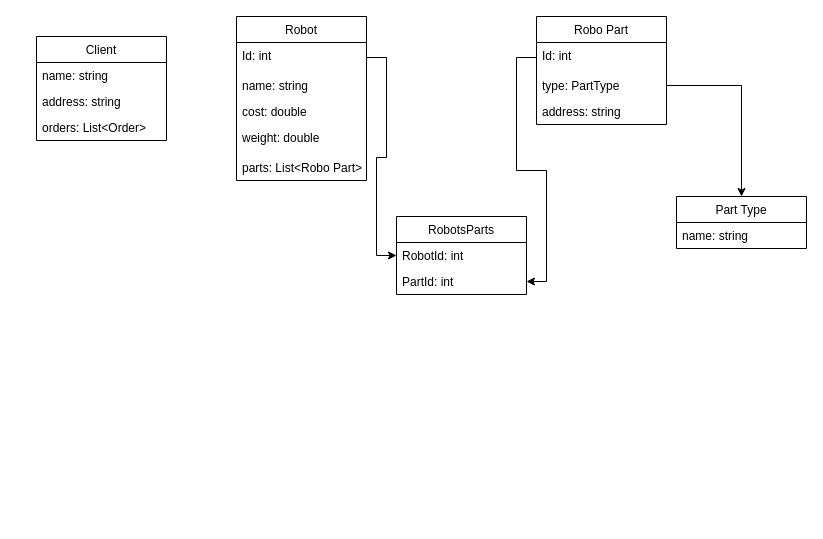
Before: Entity Diagram.drawio in Bl4ck-C4t/Robot-factory, a draw.io diagram. Source tidied: cells renumbered, new cells numbered last; positions are measured from the earlier drawing's top-left corner, leaving out a move shared by most shapes. Both pictures are drawn from the tidied source at 100%, with x=0, y=0 at pixel (36, 16).
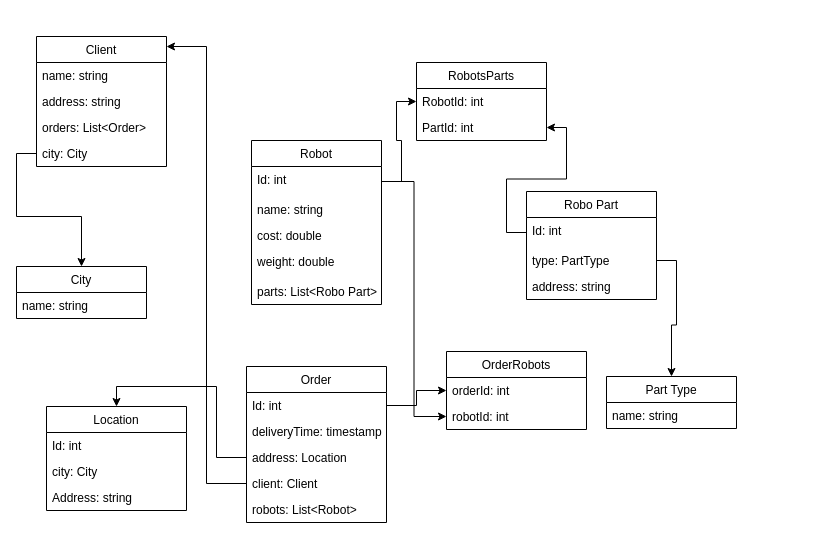
The same diagram, later.

Commit message:
Added new parts to the diagram

Unchanged cells that the change refers to:
```xml
<mxCell id="7" value="Id: int" style="text;strokeColor=none;fillColor=none;spacingLeft=4;spacingRight=4;overflow=hidden;points=[[0,0.5],[1,0.5]];portConstraint=eastwest;fontSize=12;" parent="6" vertex="1">
  <mxGeometry y="26" width="130" height="30" as="geometry" />
</mxCell>
```

Change to the diagram source:
```diff
@@
     <mxCell id="2" value="Robo Part" style="swimlane;fontStyle=0;horizontal=1;startSize=26;fillColor=none;" parent="1" vertex="1">
-      <mxGeometry x="500" width="130" height="108" as="geometry" />
+      <mxGeometry x="490" y="175" width="130" height="108" as="geometry" />
     </mxCell>
@@
     <mxCell id="6" value="Robot" style="swimlane;fontStyle=0;horizontal=1;startSize=26;fillColor=none;" parent="1" vertex="1">
-      <mxGeometry x="200" width="130" height="164" as="geometry" />
+      <mxGeometry x="215" y="124" width="130" height="164" as="geometry" />
     </mxCell>
@@
     <mxCell id="12" value="Client" style="swimlane;fontStyle=0;horizontal=1;startSize=26;fillColor=none;" parent="1" vertex="1">
-      <mxGeometry y="20" width="130" height="104" as="geometry" />
+      <mxGeometry y="20" width="130" height="130" as="geometry" />
     </mxCell>
@@
+    <mxCell id="24" value="city: City" style="text;strokeColor=none;fillColor=none;align=left;verticalAlign=top;spacingLeft=4;spacingRight=4;overflow=hidden;points=[[0,0.5],[1,0.5]];portConstraint=eastwest;" parent="12" vertex="1">
+      <mxGeometry y="104" width="130" height="26" as="geometry" />
+    </mxCell>
     <mxCell id="16" value="Part Type" style="swimlane;fontStyle=0;horizontal=1;startSize=26;fillColor=none;" parent="1" vertex="1">
-      <mxGeometry x="640" y="180" width="130" height="52" as="geometry" />
+      <mxGeometry x="570" y="360" width="130" height="52" as="geometry" />
     </mxCell>
@@
     <mxCell id="19" value="RobotsParts" style="swimlane;fontStyle=0;horizontal=1;startSize=26;fillColor=none;" parent="1" vertex="1">
-      <mxGeometry x="360" y="200" width="130" height="78" as="geometry" />
+      <mxGeometry x="380" y="46" width="130" height="78" as="geometry" />
     </mxCell>
@@
+    <mxCell id="25" value="City" style="swimlane;fontStyle=0;horizontal=1;startSize=26;fillColor=none;" parent="1" vertex="1">
+      <mxGeometry x="-20" y="250" width="130" height="52" as="geometry" />
+    </mxCell>
+    <mxCell id="26" value="name: string&#10;" style="text;strokeColor=none;fillColor=none;align=left;verticalAlign=top;spacingLeft=4;spacingRight=4;overflow=hidden;" parent="25" vertex="1">
+      <mxGeometry y="26" width="130" height="26" as="geometry" />
+    </mxCell>
+    <mxCell id="27" value="Location" style="swimlane;fontStyle=0;horizontal=1;startSize=26;fillColor=none;" parent="1" vertex="1">
+      <mxGeometry x="10" y="390" width="140" height="104" as="geometry" />
+    </mxCell>
+    <mxCell id="28" value="Id: int" style="text;strokeColor=none;fillColor=none;align=left;verticalAlign=top;spacingLeft=4;spacingRight=4;overflow=hidden;" parent="27" vertex="1">
+      <mxGeometry y="26" width="140" height="26" as="geometry" />
+    </mxCell>
+    <mxCell id="29" value="city: City" style="text;strokeColor=none;fillColor=none;align=left;verticalAlign=top;spacingLeft=4;spacingRight=4;overflow=hidden;" parent="27" vertex="1">
+      <mxGeometry y="52" width="140" height="26" as="geometry" />
+    </mxCell>
+    <mxCell id="30" value="Address: string" style="text;strokeColor=none;fillColor=none;align=left;verticalAlign=top;spacingLeft=4;spacingRight=4;overflow=hidden;" parent="27" vertex="1">
+      <mxGeometry y="78" width="140" height="26" as="geometry" />
+    </mxCell>
+    <mxCell id="31" value="OrderRobots" style="swimlane;fontStyle=0;horizontal=1;startSize=26;fillColor=none;" parent="1" vertex="1">
+      <mxGeometry x="410" y="335" width="140" height="78" as="geometry" />
+    </mxCell>
+    <mxCell id="32" value="orderId: int" style="text;strokeColor=none;fillColor=none;align=left;verticalAlign=top;spacingLeft=4;spacingRight=4;overflow=hidden;points=[[0,0.5],[1,0.5]];portConstraint=eastwest;" parent="31" vertex="1">
+      <mxGeometry y="26" width="140" height="26" as="geometry" />
+    </mxCell>
+    <mxCell id="33" value="robotId: int" style="text;strokeColor=none;fillColor=none;align=left;verticalAlign=top;spacingLeft=4;spacingRight=4;overflow=hidden;points=[[0,0.5],[1,0.5]];portConstraint=eastwest;" parent="31" vertex="1">
+      <mxGeometry y="52" width="140" height="26" as="geometry" />
+    </mxCell>
+    <mxCell id="34" value="Order" style="swimlane;fontStyle=0;horizontal=1;startSize=26;fillColor=none;" parent="1" vertex="1">
+      <mxGeometry x="210" y="350" width="140" height="156" as="geometry" />
+    </mxCell>
+    <mxCell id="35" value="Id: int" style="text;strokeColor=none;fillColor=none;align=left;verticalAlign=top;spacingLeft=4;spacingRight=4;overflow=hidden;points=[[0,0.5],[1,0.5]];portConstraint=eastwest;" parent="34" vertex="1">
+      <mxGeometry y="26" width="140" height="26" as="geometry" />
+    </mxCell>
+    <mxCell id="36" value="deliveryTime: timestamp" style="text;strokeColor=none;fillColor=none;align=left;verticalAlign=top;spacingLeft=4;spacingRight=4;overflow=hidden;" parent="34" vertex="1">
+      <mxGeometry y="52" width="140" height="26" as="geometry" />
+    </mxCell>
+    <mxCell id="37" value="address: Location" style="text;strokeColor=none;fillColor=none;align=left;verticalAlign=top;spacingLeft=4;spacingRight=4;overflow=hidden;points=[[0,0.5],[1,0.5]];portConstraint=eastwest;" parent="34" vertex="1">
+      <mxGeometry y="78" width="140" height="26" as="geometry" />
+    </mxCell>
+    <mxCell id="38" value="client: Client" style="text;strokeColor=none;fillColor=none;align=left;verticalAlign=top;spacingLeft=4;spacingRight=4;overflow=hidden;points=[[0,0.5],[1,0.5]];portConstraint=eastwest;" parent="34" vertex="1">
+      <mxGeometry y="104" width="140" height="26" as="geometry" />
+    </mxCell>
+    <mxCell id="39" value="robots: List&lt;Robot&gt;" style="text;strokeColor=none;fillColor=none;align=left;verticalAlign=top;spacingLeft=4;spacingRight=4;overflow=hidden;" parent="34" vertex="1">
+      <mxGeometry y="130" width="140" height="26" as="geometry" />
+    </mxCell>
+    <mxCell id="40" style="edgeStyle=orthogonalEdgeStyle;rounded=0;jettySize=auto;html=1;exitX=1;exitY=0.5;exitDx=0;exitDy=0;" parent="1" edge="1" source="35" target="32">
+      <mxGeometry relative="1" as="geometry" />
+    </mxCell>
+    <mxCell id="41" style="edgeStyle=orthogonalEdgeStyle;rounded=0;jettySize=auto;html=1;exitX=1;exitY=0.5;exitDx=0;exitDy=0;entryX=0;entryY=0.5;entryDx=0;entryDy=0;" parent="1" edge="1" source="7" target="33">
+      <mxGeometry relative="1" as="geometry" />
+    </mxCell>
+    <mxCell id="42" style="edgeStyle=orthogonalEdgeStyle;rounded=0;jettySize=auto;html=1;entryX=0.5;entryY=0;entryDx=0;entryDy=0;" parent="1" edge="1" source="37" target="27">
+      <mxGeometry relative="1" as="geometry" />
+    </mxCell>
+    <mxCell id="43" style="edgeStyle=orthogonalEdgeStyle;rounded=0;jettySize=auto;html=1;exitX=0;exitY=0.5;exitDx=0;exitDy=0;entryX=1;entryY=0.077;entryDx=0;entryDy=0;entryPerimeter=0;" parent="1" edge="1" source="38" target="12">
+      <mxGeometry relative="1" as="geometry" />
+    </mxCell>
+    <mxCell id="44" style="edgeStyle=orthogonalEdgeStyle;rounded=0;jettySize=auto;html=1;exitX=0;exitY=0.5;exitDx=0;exitDy=0;entryX=0.5;entryY=0;entryDx=0;entryDy=0;" parent="1" edge="1" source="24" target="25">
+      <mxGeometry relative="1" as="geometry" />
+    </mxCell>
```
